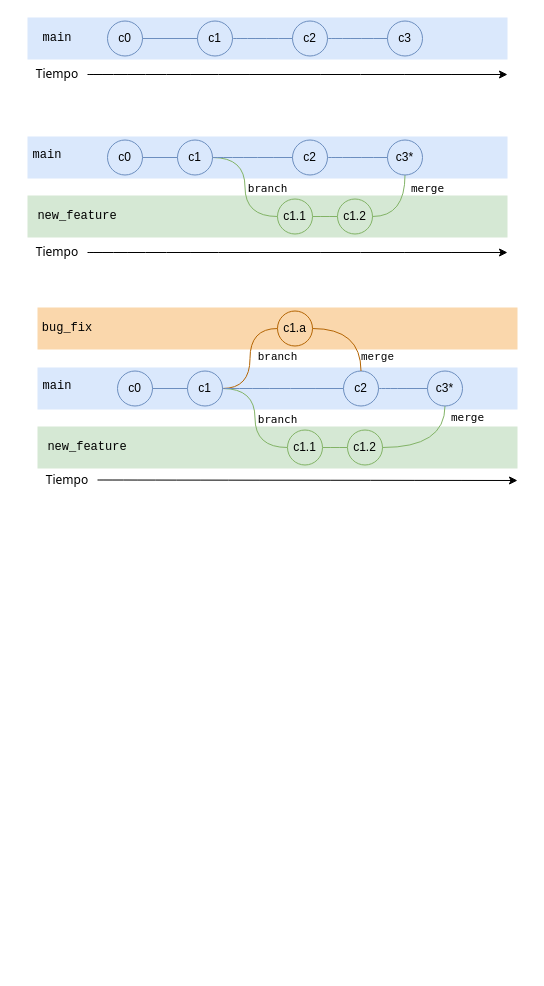
kity-linuxero/prog_CFP410 keeps this draw.io diagram as static/git/Git_curso.drawio. Above is the earlier version. Source tidied: cells renumbered, new cells numbered last; positions are measured from the earlier drawing's top-left corner, leaving out a move shared by most shapes. Both pictures are drawn from the tidied source at 100%, with x=0, y=0 at pixel (17, 17).
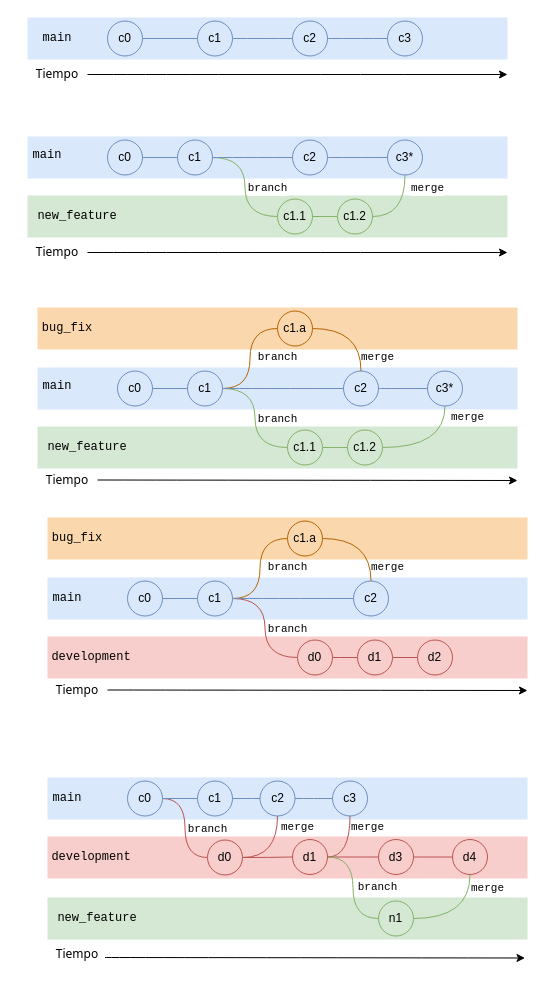
The same page after the edit.

The change refers to these unchanged cells:
```xml
<mxCell id="8" value="c1.1" style="ellipse;whiteSpace=wrap;html=1;fillColor=#d5e8d4;strokeColor=#82b366;" parent="1" vertex="1">
  <mxGeometry x="260" y="181.5" width="35" height="35" as="geometry" />
</mxCell>
<mxCell id="9" value="c1.2" style="ellipse;whiteSpace=wrap;html=1;fillColor=#d5e8d4;strokeColor=#82b366;" parent="1" vertex="1">
  <mxGeometry x="320" y="181.5" width="35" height="35" as="geometry" />
</mxCell>
<mxCell id="14" value="c1" style="ellipse;whiteSpace=wrap;html=1;fillColor=#dae8fc;strokeColor=#6c8ebf;" parent="1" vertex="1">
  <mxGeometry x="160" y="122.5" width="35" height="35" as="geometry" />
</mxCell>
<mxCell id="18" value="c3*" style="ellipse;whiteSpace=wrap;html=1;fillColor=#dae8fc;strokeColor=#6c8ebf;labelPosition=center;verticalLabelPosition=middle;align=center;verticalAlign=middle;" parent="1" vertex="1">
  <mxGeometry x="370" y="122.5" width="35" height="35" as="geometry" />
</mxCell>
<mxCell id="37" value="c1.1" style="ellipse;whiteSpace=wrap;html=1;fillColor=#d5e8d4;strokeColor=#82b366;" parent="1" vertex="1">
  <mxGeometry x="270" y="412.5" width="35" height="35" as="geometry" />
</mxCell>
<mxCell id="38" value="c1.2" style="ellipse;whiteSpace=wrap;html=1;fillColor=#d5e8d4;strokeColor=#82b366;" parent="1" vertex="1">
  <mxGeometry x="330" y="412.5" width="35" height="35" as="geometry" />
</mxCell>
<mxCell id="43" value="c1" style="ellipse;whiteSpace=wrap;html=1;fillColor=#dae8fc;strokeColor=#6c8ebf;" parent="1" vertex="1">
  <mxGeometry x="170" y="353.5" width="35" height="35" as="geometry" />
</mxCell>
<mxCell id="47" value="c3*" style="ellipse;whiteSpace=wrap;html=1;fillColor=#dae8fc;strokeColor=#6c8ebf;labelPosition=center;verticalLabelPosition=middle;align=center;verticalAlign=middle;" parent="1" vertex="1">
  <mxGeometry x="410" y="353.5" width="35" height="35" as="geometry" />
</mxCell>
```

Change to the diagram source:
```diff
@@
+    <mxCell id="54" style="rounded=0;whiteSpace=wrap;html=1;fillColor=#d5e8d4;strokeColor=none;" parent="1" vertex="1">
+      <mxGeometry x="30" y="880" width="480" height="42" as="geometry" />
+    </mxCell>
+    <mxCell id="55" style="rounded=0;whiteSpace=wrap;html=1;fillColor=#f8cecc;strokeColor=none;" parent="1" vertex="1">
+      <mxGeometry x="30" y="619" width="480" height="42" as="geometry" />
+    </mxCell>
+    <mxCell id="56" style="rounded=0;whiteSpace=wrap;html=1;fillColor=#dae8fc;strokeColor=none;" parent="1" vertex="1">
+      <mxGeometry x="30" y="560" width="480" height="42" as="geometry" />
+    </mxCell>
@@
-    <mxCell id="7" value="branch" style="edgeStyle=orthogonalEdgeStyle;jettySize=auto;html=1;entryX=0;entryY=0.5;entryDx=0;entryDy=0;fontFamily=Lucida Console;endArrow=none;endFill=0;curved=1;fillColor=#d5e8d4;strokeColor=#82b366;" parent="1" edge="1" source="14" target="8">
+    <mxCell id="7" value="&lt;font face=&quot;Courier New&quot;&gt;branch&lt;/font&gt;" style="edgeStyle=orthogonalEdgeStyle;jettySize=auto;html=1;entryX=0;entryY=0.5;entryDx=0;entryDy=0;fontFamily=Lucida Console;endArrow=none;endFill=0;curved=1;fillColor=#d5e8d4;strokeColor=#82b366;" parent="1" edge="1" source="14" target="8">
       <mxGeometry x="0.01" y="22" relative="1" as="geometry" />
     </mxCell>
@@
-    <mxCell id="10" value="merge" style="edgeStyle=orthogonalEdgeStyle;curved=1;jettySize=auto;html=1;entryX=0.5;entryY=1;entryDx=0;entryDy=0;fontFamily=Lucida Console;endArrow=none;endFill=0;fillColor=#d5e8d4;strokeColor=#82b366;" parent="1" edge="1" source="9" target="18">
+    <mxCell id="10" value="&lt;font face=&quot;Courier New&quot;&gt;merge&lt;/font&gt;" style="edgeStyle=orthogonalEdgeStyle;curved=1;jettySize=auto;html=1;entryX=0.5;entryY=1;entryDx=0;entryDy=0;fontFamily=Lucida Console;endArrow=none;endFill=0;fillColor=#d5e8d4;strokeColor=#82b366;" parent="1" edge="1" source="9" target="18">
       <mxGeometry x="0.66" y="-22" relative="1" as="geometry" />
     </mxCell>
@@
-    <mxCell id="36" value="branch" style="edgeStyle=orthogonalEdgeStyle;jettySize=auto;html=1;entryX=0;entryY=0.5;entryDx=0;entryDy=0;fontFamily=Lucida Console;endArrow=none;endFill=0;curved=1;fillColor=#d5e8d4;strokeColor=#82b366;labelBackgroundColor=none;" parent="1" edge="1" source="43" target="37">
+    <mxCell id="36" value="&lt;font face=&quot;Courier New&quot;&gt;branch&lt;/font&gt;" style="edgeStyle=orthogonalEdgeStyle;jettySize=auto;html=1;entryX=0;entryY=0.5;entryDx=0;entryDy=0;fontFamily=Lucida Console;endArrow=none;endFill=0;curved=1;fillColor=#d5e8d4;strokeColor=#82b366;labelBackgroundColor=none;" parent="1" edge="1" source="43" target="37">
       <mxGeometry x="0.01" y="22" relative="1" as="geometry" />
     </mxCell>
@@
-    <mxCell id="39" value="merge" style="edgeStyle=orthogonalEdgeStyle;curved=1;jettySize=auto;html=1;entryX=0.5;entryY=1;entryDx=0;entryDy=0;fontFamily=Lucida Console;endArrow=none;endFill=0;labelBackgroundColor=none;fillColor=#d5e8d4;strokeColor=#82b366;" parent="1" edge="1" source="38" target="47">
+    <mxCell id="39" value="&lt;font face=&quot;Courier New&quot;&gt;merge&lt;/font&gt;" style="edgeStyle=orthogonalEdgeStyle;curved=1;jettySize=auto;html=1;entryX=0.5;entryY=1;entryDx=0;entryDy=0;fontFamily=Lucida Console;endArrow=none;endFill=0;labelBackgroundColor=none;fillColor=#d5e8d4;strokeColor=#82b366;" parent="1" edge="1" source="38" target="47">
       <mxGeometry x="0.78" y="-22" relative="1" as="geometry" />
     </mxCell>
@@
+    <mxCell id="57" style="rounded=0;whiteSpace=wrap;html=1;fillColor=#fad7ac;strokeColor=none;" parent="1" vertex="1">
+      <mxGeometry x="30" y="500" width="480" height="42" as="geometry" />
+    </mxCell>
+    <mxCell id="58" value="&lt;font&gt;development&lt;/font&gt;" style="text;html=1;strokeColor=none;fillColor=none;align=center;verticalAlign=middle;whiteSpace=wrap;rounded=0;fontFamily=Courier New;" parent="1" vertex="1">
+      <mxGeometry x="35" y="625" width="78" height="30" as="geometry" />
+    </mxCell>
+    <mxCell id="59" style="edgeStyle=orthogonalEdgeStyle;curved=1;jettySize=auto;html=1;entryX=0;entryY=0.5;entryDx=0;entryDy=0;fontFamily=Lucida Console;endArrow=none;endFill=0;fillColor=#f8cecc;strokeColor=#b85450;" parent="1" edge="1" source="61" target="63">
+      <mxGeometry relative="1" as="geometry" />
+    </mxCell>
+    <mxCell id="60" value="&lt;font face=&quot;Courier New&quot;&gt;branch&lt;/font&gt;" style="edgeStyle=orthogonalEdgeStyle;jettySize=auto;html=1;entryX=0;entryY=0.5;entryDx=0;entryDy=0;fontFamily=Lucida Console;endArrow=none;endFill=0;curved=1;fillColor=#f8cecc;strokeColor=#b85450;labelBackgroundColor=none;" parent="1" edge="1" source="66" target="61">
+      <mxGeometry x="0.01" y="22" relative="1" as="geometry" />
+    </mxCell>
+    <mxCell id="61" value="d0" style="ellipse;whiteSpace=wrap;html=1;fillColor=#f8cecc;strokeColor=#b85450;" parent="1" vertex="1">
+      <mxGeometry x="280" y="622.5" width="35" height="35" as="geometry" />
+    </mxCell>
+    <mxCell id="62" style="edgeStyle=orthogonalEdgeStyle;rounded=0;jettySize=auto;html=1;entryX=0;entryY=0.5;entryDx=0;entryDy=0;fillColor=#f8cecc;strokeColor=#b85450;endArrow=none;endFill=0;" parent="1" edge="1" source="63" target="76">
+      <mxGeometry relative="1" as="geometry" />
+    </mxCell>
+    <mxCell id="63" value="d1" style="ellipse;whiteSpace=wrap;html=1;fillColor=#f8cecc;strokeColor=#b85450;" parent="1" vertex="1">
+      <mxGeometry x="340" y="622.5" width="35" height="35" as="geometry" />
+    </mxCell>
+    <mxCell id="64" value="c0" style="ellipse;whiteSpace=wrap;html=1;fillColor=#dae8fc;strokeColor=#6c8ebf;" parent="1" vertex="1">
+      <mxGeometry x="110" y="563.5" width="35" height="35" as="geometry" />
+    </mxCell>
+    <mxCell id="65" value="branch" style="edgeStyle=orthogonalEdgeStyle;jettySize=auto;html=1;entryX=0;entryY=0.5;entryDx=0;entryDy=0;shadow=0;fontFamily=Courier New;endArrow=none;endFill=0;fillColor=#fad7ac;strokeColor=#b46504;curved=1;labelBackgroundColor=none;" parent="1" edge="1" source="66" target="72">
+      <mxGeometry x="0.02" y="-27" relative="1" as="geometry" />
+    </mxCell>
+    <mxCell id="66" value="c1" style="ellipse;whiteSpace=wrap;html=1;fillColor=#dae8fc;strokeColor=#6c8ebf;" parent="1" vertex="1">
+      <mxGeometry x="180" y="563.5" width="35" height="35" as="geometry" />
+    </mxCell>
+    <mxCell id="67" style="edgeStyle=orthogonalEdgeStyle;rounded=0;jettySize=auto;html=1;exitX=1;exitY=0.5;exitDx=0;exitDy=0;entryX=0;entryY=0.5;entryDx=0;entryDy=0;fontFamily=Lucida Console;endArrow=none;endFill=0;fillColor=#dae8fc;strokeColor=#6c8ebf;" parent="1" edge="1" source="64" target="66">
+      <mxGeometry relative="1" as="geometry" />
+    </mxCell>
+    <mxCell id="68" value="c2" style="ellipse;whiteSpace=wrap;html=1;fillColor=#dae8fc;strokeColor=#6c8ebf;" parent="1" vertex="1">
+      <mxGeometry x="336" y="563.5" width="35" height="35" as="geometry" />
+    </mxCell>
+    <mxCell id="69" style="edgeStyle=orthogonalEdgeStyle;curved=1;jettySize=auto;html=1;entryX=0;entryY=0.5;entryDx=0;entryDy=0;fontFamily=Lucida Console;endArrow=none;endFill=0;fillColor=#dae8fc;strokeColor=#6c8ebf;" parent="1" edge="1" source="66" target="68">
+      <mxGeometry relative="1" as="geometry" />
+    </mxCell>
+    <mxCell id="70" style="endArrow=classic;html=1;fontFamily=Courier New;curved=1;exitX=1;exitY=0.5;exitDx=0;exitDy=0;" parent="1" edge="1" source="74">
+      <mxGeometry relative="1" as="geometry">
+        <mxPoint x="510" y="673" as="targetPoint" />
+      </mxGeometry>
+    </mxCell>
+    <mxCell id="71" value="merge" style="edgeStyle=orthogonalEdgeStyle;curved=1;jettySize=auto;html=1;entryX=0.5;entryY=0;entryDx=0;entryDy=0;shadow=0;fontFamily=Courier New;endArrow=none;endFill=0;fillColor=#fad7ac;strokeColor=#b46504;labelBackgroundColor=none;" parent="1" edge="1" source="72" target="68">
+      <mxGeometry x="0.7" y="16" relative="1" as="geometry" />
+    </mxCell>
+    <mxCell id="72" value="c1.a" style="ellipse;whiteSpace=wrap;html=1;fillColor=#fad7ac;strokeColor=#b46504;shadow=0;" parent="1" vertex="1">
+      <mxGeometry x="270" y="503.5" width="35" height="35" as="geometry" />
+    </mxCell>
+    <mxCell id="73" value="bug_fix" style="text;html=1;strokeColor=none;fillColor=none;align=center;verticalAlign=middle;whiteSpace=wrap;rounded=0;fontFamily=Courier New;" parent="1" vertex="1">
+      <mxGeometry x="35" y="506" width="50" height="30" as="geometry" />
+    </mxCell>
+    <mxCell id="74" value="&lt;font face=&quot;Tahoma&quot;&gt;Tiempo&lt;/font&gt;" style="text;html=1;strokeColor=none;fillColor=none;align=center;verticalAlign=middle;whiteSpace=wrap;rounded=0;fontFamily=Verdana;" parent="1" vertex="1">
+      <mxGeometry x="30" y="657.5" width="60" height="30" as="geometry" />
+    </mxCell>
+    <mxCell id="75" value="&lt;font&gt;main&lt;/font&gt;" style="text;html=1;strokeColor=none;fillColor=none;align=center;verticalAlign=middle;whiteSpace=wrap;rounded=0;fontFamily=Courier New;" parent="1" vertex="1">
+      <mxGeometry x="35" y="566" width="30" height="30" as="geometry" />
+    </mxCell>
+    <mxCell id="76" value="d2" style="ellipse;whiteSpace=wrap;html=1;fillColor=#f8cecc;strokeColor=#b85450;" parent="1" vertex="1">
+      <mxGeometry x="400" y="622.5" width="35" height="35" as="geometry" />
+    </mxCell>
+    <mxCell id="77" style="rounded=0;whiteSpace=wrap;html=1;fillColor=#f8cecc;strokeColor=none;" parent="1" vertex="1">
+      <mxGeometry x="30" y="819" width="480" height="42" as="geometry" />
+    </mxCell>
+    <mxCell id="78" style="rounded=0;whiteSpace=wrap;html=1;fillColor=#dae8fc;strokeColor=none;" parent="1" vertex="1">
+      <mxGeometry x="30" y="760" width="480" height="42" as="geometry" />
+    </mxCell>
+    <mxCell id="79" value="&lt;font&gt;development&lt;/font&gt;" style="text;html=1;strokeColor=none;fillColor=none;align=center;verticalAlign=middle;whiteSpace=wrap;rounded=0;fontFamily=Courier New;" parent="1" vertex="1">
+      <mxGeometry x="35" y="825" width="78" height="30" as="geometry" />
+    </mxCell>
+    <mxCell id="80" style="edgeStyle=orthogonalEdgeStyle;curved=1;jettySize=auto;html=1;entryX=0;entryY=0.5;entryDx=0;entryDy=0;fontFamily=Lucida Console;endArrow=none;endFill=0;fillColor=#f8cecc;strokeColor=#b85450;" parent="1" edge="1" source="83" target="87">
+      <mxGeometry relative="1" as="geometry" />
+    </mxCell>
+    <mxCell id="81" value="&lt;font face=&quot;Courier New&quot;&gt;branch&lt;/font&gt;" style="edgeStyle=orthogonalEdgeStyle;jettySize=auto;html=1;entryX=0;entryY=0.5;entryDx=0;entryDy=0;fontFamily=Lucida Console;endArrow=none;endFill=0;curved=1;fillColor=#f8cecc;strokeColor=#b85450;labelBackgroundColor=none;exitX=1;exitY=0.5;exitDx=0;exitDy=0;" parent="1" edge="1" source="88" target="83">
+      <mxGeometry x="0.01" y="22" relative="1" as="geometry" />
+    </mxCell>
+    <mxCell id="82" value="merge" style="edgeStyle=orthogonalEdgeStyle;curved=1;jettySize=auto;html=1;exitX=1;exitY=0.5;exitDx=0;exitDy=0;entryX=0.5;entryY=1;entryDx=0;entryDy=0;fontFamily=Courier New;endArrow=none;endFill=0;fillColor=#f8cecc;strokeColor=#b85450;labelBackgroundColor=none;" parent="1" edge="1" source="83" target="92">
+      <mxGeometry x="0.7" y="-20" relative="1" as="geometry" />
+    </mxCell>
+    <mxCell id="83" value="d0" style="ellipse;whiteSpace=wrap;html=1;fillColor=#f8cecc;strokeColor=#b85450;" parent="1" vertex="1">
+      <mxGeometry x="190" y="822.5" width="35" height="35" as="geometry" />
+    </mxCell>
+    <mxCell id="84" style="edgeStyle=orthogonalEdgeStyle;rounded=0;jettySize=auto;html=1;entryX=0;entryY=0.5;entryDx=0;entryDy=0;fillColor=#f8cecc;strokeColor=#b85450;endArrow=none;endFill=0;" parent="1" edge="1" source="87" target="97">
+      <mxGeometry relative="1" as="geometry" />
+    </mxCell>
+    <mxCell id="85" value="merge" style="edgeStyle=orthogonalEdgeStyle;curved=1;jettySize=auto;html=1;entryX=0.5;entryY=1;entryDx=0;entryDy=0;fontFamily=Courier New;endArrow=none;endFill=0;fillColor=#f8cecc;strokeColor=#b85450;" parent="1" edge="1" source="87" target="98">
+      <mxGeometry x="0.64" y="-17" relative="1" as="geometry" />
+    </mxCell>
+    <mxCell id="86" value="branch" style="edgeStyle=orthogonalEdgeStyle;curved=1;jettySize=auto;html=1;entryX=0;entryY=0.5;entryDx=0;entryDy=0;labelBackgroundColor=none;fontFamily=Courier New;endArrow=none;endFill=0;fillColor=#d5e8d4;strokeColor=#82b366;" parent="1" edge="1" source="87" target="102">
+      <mxGeometry y="24" relative="1" as="geometry" />
+    </mxCell>
+    <mxCell id="87" value="d1" style="ellipse;whiteSpace=wrap;html=1;fillColor=#f8cecc;strokeColor=#b85450;" parent="1" vertex="1">
+      <mxGeometry x="275" y="822" width="35" height="35" as="geometry" />
+    </mxCell>
+    <mxCell id="88" value="c0" style="ellipse;whiteSpace=wrap;html=1;fillColor=#dae8fc;strokeColor=#6c8ebf;" parent="1" vertex="1">
+      <mxGeometry x="110" y="763.5" width="35" height="35" as="geometry" />
+    </mxCell>
+    <mxCell id="89" value="c1" style="ellipse;whiteSpace=wrap;html=1;fillColor=#dae8fc;strokeColor=#6c8ebf;" parent="1" vertex="1">
+      <mxGeometry x="180" y="763.5" width="35" height="35" as="geometry" />
+    </mxCell>
+    <mxCell id="90" style="edgeStyle=orthogonalEdgeStyle;rounded=0;jettySize=auto;html=1;exitX=1;exitY=0.5;exitDx=0;exitDy=0;entryX=0;entryY=0.5;entryDx=0;entryDy=0;fontFamily=Lucida Console;endArrow=none;endFill=0;fillColor=#dae8fc;strokeColor=#6c8ebf;" parent="1" edge="1" source="88" target="89">
+      <mxGeometry relative="1" as="geometry" />
+    </mxCell>
+    <mxCell id="91" style="edgeStyle=orthogonalEdgeStyle;curved=1;jettySize=auto;html=1;entryX=0;entryY=0.5;entryDx=0;entryDy=0;fontFamily=Courier New;endArrow=none;endFill=0;fillColor=#dae8fc;strokeColor=#6c8ebf;" parent="1" edge="1" source="92" target="98">
+      <mxGeometry relative="1" as="geometry" />
+    </mxCell>
+    <mxCell id="92" value="c2" style="ellipse;whiteSpace=wrap;html=1;fillColor=#dae8fc;strokeColor=#6c8ebf;" parent="1" vertex="1">
+      <mxGeometry x="242.5" y="763.5" width="35" height="35" as="geometry" />
+    </mxCell>
+    <mxCell id="93" style="edgeStyle=orthogonalEdgeStyle;curved=1;jettySize=auto;html=1;entryX=0;entryY=0.5;entryDx=0;entryDy=0;fontFamily=Lucida Console;endArrow=none;endFill=0;fillColor=#dae8fc;strokeColor=#6c8ebf;" parent="1" edge="1" source="89" target="92">
+      <mxGeometry relative="1" as="geometry" />
+    </mxCell>
+    <mxCell id="94" style="endArrow=classic;html=1;fontFamily=Courier New;curved=1;exitX=1;exitY=0.5;exitDx=0;exitDy=0;" parent="1" edge="1">
+      <mxGeometry relative="1" as="geometry">
+        <mxPoint x="87.5" y="940" as="sourcePoint" />
+        <mxPoint x="507.5" y="940.5" as="targetPoint" />
+      </mxGeometry>
+    </mxCell>
+    <mxCell id="95" value="&lt;font&gt;main&lt;/font&gt;" style="text;html=1;strokeColor=none;fillColor=none;align=center;verticalAlign=middle;whiteSpace=wrap;rounded=0;fontFamily=Courier New;" parent="1" vertex="1">
+      <mxGeometry x="35" y="766" width="30" height="30" as="geometry" />
+    </mxCell>
+    <mxCell id="96" style="edgeStyle=orthogonalEdgeStyle;curved=1;jettySize=auto;html=1;entryX=0;entryY=0.5;entryDx=0;entryDy=0;labelBackgroundColor=none;fontFamily=Courier New;endArrow=none;endFill=0;fillColor=#f8cecc;strokeColor=#b85450;" parent="1" edge="1" source="97" target="99">
+      <mxGeometry relative="1" as="geometry" />
+    </mxCell>
+    <mxCell id="97" value="d3" style="ellipse;whiteSpace=wrap;html=1;fillColor=#f8cecc;strokeColor=#b85450;" parent="1" vertex="1">
+      <mxGeometry x="361" y="822" width="35" height="35" as="geometry" />
+    </mxCell>
+    <mxCell id="98" value="c3" style="ellipse;whiteSpace=wrap;html=1;fillColor=#dae8fc;strokeColor=#6c8ebf;" parent="1" vertex="1">
+      <mxGeometry x="315" y="763.5" width="35" height="35" as="geometry" />
+    </mxCell>
+    <mxCell id="99" value="d4" style="ellipse;whiteSpace=wrap;html=1;fillColor=#f8cecc;strokeColor=#b85450;" parent="1" vertex="1">
+      <mxGeometry x="435" y="822" width="35" height="35" as="geometry" />
+    </mxCell>
+    <mxCell id="100" value="&lt;font&gt;new_feature&lt;/font&gt;" style="text;html=1;strokeColor=none;fillColor=none;align=center;verticalAlign=middle;whiteSpace=wrap;rounded=0;fontFamily=Courier New;" parent="1" vertex="1">
+      <mxGeometry x="50" y="886" width="60" height="30" as="geometry" />
+    </mxCell>
+    <mxCell id="101" value="merge" style="edgeStyle=orthogonalEdgeStyle;curved=1;jettySize=auto;html=1;entryX=0.5;entryY=1;entryDx=0;entryDy=0;labelBackgroundColor=none;fontFamily=Courier New;endArrow=none;endFill=0;fillColor=#d5e8d4;strokeColor=#82b366;" parent="1" edge="1" source="102" target="99">
+      <mxGeometry x="0.74" y="-17" relative="1" as="geometry" />
+    </mxCell>
+    <mxCell id="102" value="n1" style="ellipse;whiteSpace=wrap;html=1;fillColor=#d5e8d4;strokeColor=#82b366;" parent="1" vertex="1">
+      <mxGeometry x="361" y="883.5" width="35" height="35" as="geometry" />
+    </mxCell>
+    <mxCell id="103" value="&lt;font face=&quot;Tahoma&quot;&gt;Tiempo&lt;/font&gt;" style="text;html=1;strokeColor=none;fillColor=none;align=center;verticalAlign=middle;whiteSpace=wrap;rounded=0;fontFamily=Verdana;" parent="1" vertex="1">
+      <mxGeometry x="30" y="922" width="60" height="30" as="geometry" />
+    </mxCell>
```
